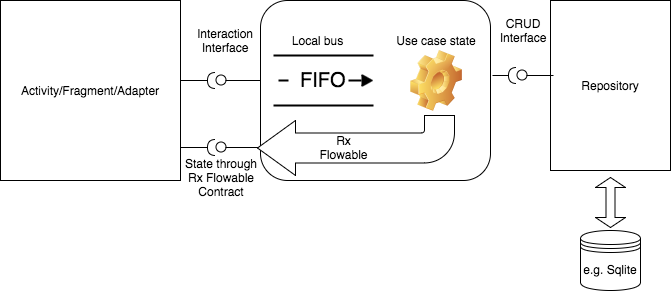
Above: img/Architecture.png in fshamim/CleanFluxRxified (draw.io), before the change. Source tidied: cells renumbered, new cells last; positions are measured from the earlier drawing's top-left corner, leaving out a move shared by most shapes.
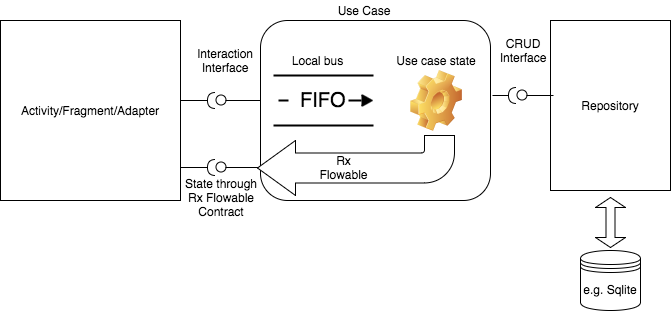
Later version of the same file.

Commit message:
arch diagram updated

Change to the diagram source:
```diff
@@ -62,5 +62,8 @@
     <mxCell id="21" style="shape=doubleArrow;whiteSpace=wrap;html=1;rotation=-90;" parent="1" vertex="1">
       <mxGeometry x="585" y="187" width="50" height="30" as="geometry" />
     </mxCell>
+    <mxCell id="22" value="Use Case" style="text;html=1;strokeColor=none;fillColor=none;align=center;verticalAlign=middle;whiteSpace=wrap;" parent="1" vertex="1">
+      <mxGeometry x="323" y="-20" width="80" height="20" as="geometry" />
+    </mxCell>
   </root>
 </mxGraphModel>
```
